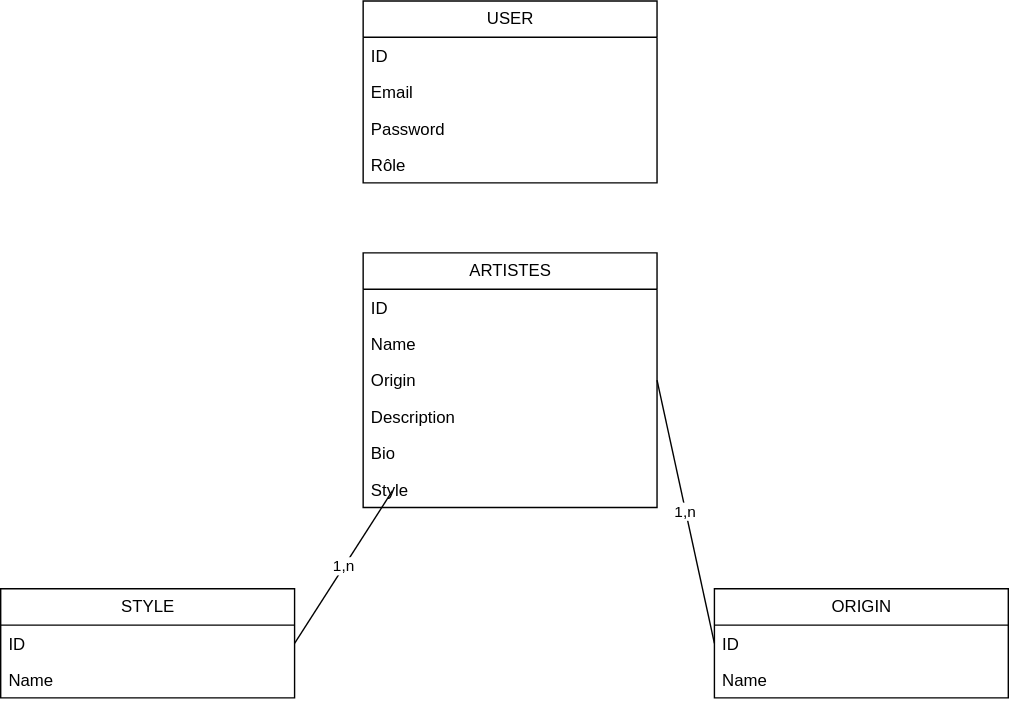
Earlier version of the draw.io export code/merise /MCD.drawio.svg (Domitch/souk-sonore-festival). Source tidied: cells renumbered, new cells last; positions are measured from the earlier drawing's top-left corner, leaving out a move shared by most shapes. The source it was exported from:
```xml
<mxGraphModel>
  <root>
    <mxCell id="0" />
    <mxCell id="1" parent="0" />
    <mxCell id="2" value="USER" style="swimlane;fontStyle=0;horizontal=1;startSize=26;fillColor=none;html=1;" parent="1" vertex="1">
      <mxGeometry x="259" width="210" height="130" as="geometry" />
    </mxCell>
    <mxCell id="3" value="ID" style="text;strokeColor=none;fillColor=none;align=left;verticalAlign=top;spacingLeft=4;spacingRight=4;overflow=hidden;whiteSpace=wrap;html=1;" parent="2" vertex="1">
      <mxGeometry y="26" width="210" height="26" as="geometry" />
    </mxCell>
    <mxCell id="4" value="Email&lt;span style=&quot;white-space: pre;&quot;&gt;&#9;&lt;/span&gt;" style="text;strokeColor=none;fillColor=none;align=left;verticalAlign=top;spacingLeft=4;spacingRight=4;overflow=hidden;whiteSpace=wrap;html=1;" parent="2" vertex="1">
      <mxGeometry y="52" width="210" height="26" as="geometry" />
    </mxCell>
    <mxCell id="5" value="Password" style="text;strokeColor=none;fillColor=none;align=left;verticalAlign=top;spacingLeft=4;spacingRight=4;overflow=hidden;whiteSpace=wrap;html=1;" parent="2" vertex="1">
      <mxGeometry y="78" width="210" height="26" as="geometry" />
    </mxCell>
    <mxCell id="6" value="Rôle" style="text;strokeColor=none;fillColor=none;align=left;verticalAlign=top;spacingLeft=4;spacingRight=4;overflow=hidden;whiteSpace=wrap;html=1;" parent="2" vertex="1">
      <mxGeometry y="104" width="210" height="26" as="geometry" />
    </mxCell>
    <mxCell id="7" value="ARTISTES" style="swimlane;fontStyle=0;horizontal=1;startSize=26;fillColor=none;html=1;" parent="1" vertex="1">
      <mxGeometry x="259" y="180" width="210" height="182" as="geometry" />
    </mxCell>
    <mxCell id="8" value="ID" style="text;strokeColor=none;fillColor=none;align=left;verticalAlign=top;spacingLeft=4;spacingRight=4;overflow=hidden;whiteSpace=wrap;html=1;" parent="7" vertex="1">
      <mxGeometry y="26" width="210" height="26" as="geometry" />
    </mxCell>
    <mxCell id="9" value="Name" style="text;strokeColor=none;fillColor=none;align=left;verticalAlign=top;spacingLeft=4;spacingRight=4;overflow=hidden;whiteSpace=wrap;html=1;" parent="7" vertex="1">
      <mxGeometry y="52" width="210" height="26" as="geometry" />
    </mxCell>
    <mxCell id="10" value="Origin" style="text;strokeColor=none;fillColor=none;align=left;verticalAlign=top;spacingLeft=4;spacingRight=4;overflow=hidden;points=[[0,0.5],[1,0.5]];portConstraint=eastwest;whiteSpace=wrap;html=1;" parent="7" vertex="1">
      <mxGeometry y="78" width="210" height="26" as="geometry" />
    </mxCell>
    <mxCell id="11" value="Description" style="text;strokeColor=none;fillColor=none;align=left;verticalAlign=top;spacingLeft=4;spacingRight=4;overflow=hidden;whiteSpace=wrap;html=1;" parent="7" vertex="1">
      <mxGeometry y="104" width="210" height="26" as="geometry" />
    </mxCell>
    <mxCell id="12" value="Bio" style="text;strokeColor=none;fillColor=none;align=left;verticalAlign=top;spacingLeft=4;spacingRight=4;overflow=hidden;whiteSpace=wrap;html=1;" parent="7" vertex="1">
      <mxGeometry y="130" width="210" height="26" as="geometry" />
    </mxCell>
    <mxCell id="13" value="Style" style="text;strokeColor=none;fillColor=none;align=left;verticalAlign=top;spacingLeft=4;spacingRight=4;overflow=hidden;whiteSpace=wrap;html=1;" parent="7" vertex="1">
      <mxGeometry y="156" width="210" height="26" as="geometry" />
    </mxCell>
    <mxCell id="14" value="STYLE" style="swimlane;fontStyle=0;horizontal=1;startSize=26;fillColor=none;html=1;" parent="1" vertex="1">
      <mxGeometry y="420" width="210" height="78" as="geometry" />
    </mxCell>
    <mxCell id="15" value="ID" style="text;strokeColor=none;fillColor=none;align=left;verticalAlign=top;spacingLeft=4;spacingRight=4;overflow=hidden;points=[[0,0.5],[1,0.5]];portConstraint=eastwest;whiteSpace=wrap;html=1;" parent="14" vertex="1">
      <mxGeometry y="26" width="210" height="26" as="geometry" />
    </mxCell>
    <mxCell id="16" value="Name" style="text;strokeColor=none;fillColor=none;align=left;verticalAlign=top;spacingLeft=4;spacingRight=4;overflow=hidden;whiteSpace=wrap;html=1;" parent="14" vertex="1">
      <mxGeometry y="52" width="210" height="26" as="geometry" />
    </mxCell>
    <mxCell id="17" value="ORIGIN" style="swimlane;fontStyle=0;horizontal=1;startSize=26;fillColor=none;html=1;" parent="1" vertex="1">
      <mxGeometry x="510" y="420" width="210" height="78" as="geometry" />
    </mxCell>
    <mxCell id="18" value="ID" style="text;strokeColor=none;fillColor=none;align=left;verticalAlign=top;spacingLeft=4;spacingRight=4;overflow=hidden;points=[[0,0.5],[1,0.5]];portConstraint=eastwest;whiteSpace=wrap;html=1;" parent="17" vertex="1">
      <mxGeometry y="26" width="210" height="26" as="geometry" />
    </mxCell>
    <mxCell id="19" value="Name" style="text;strokeColor=none;fillColor=none;align=left;verticalAlign=top;spacingLeft=4;spacingRight=4;overflow=hidden;whiteSpace=wrap;html=1;" parent="17" vertex="1">
      <mxGeometry y="52" width="210" height="26" as="geometry" />
    </mxCell>
    <mxCell id="20" value="1,n" style="endArrow=none;html=1;rounded=0;exitX=1;exitY=0.5;exitDx=0;exitDy=0;" parent="1" edge="1" source="15">
      <mxGeometry relative="1" as="geometry">
        <mxPoint x="280" y="350" as="targetPoint" />
      </mxGeometry>
    </mxCell>
    <mxCell id="21" value="1,n" style="endArrow=none;html=1;rounded=0;exitX=0;exitY=0.5;exitDx=0;exitDy=0;entryX=1;entryY=0.5;entryDx=0;entryDy=0;" parent="1" edge="1" source="18" target="10">
      <mxGeometry relative="1" as="geometry" />
    </mxCell>
  </root>
</mxGraphModel>
```
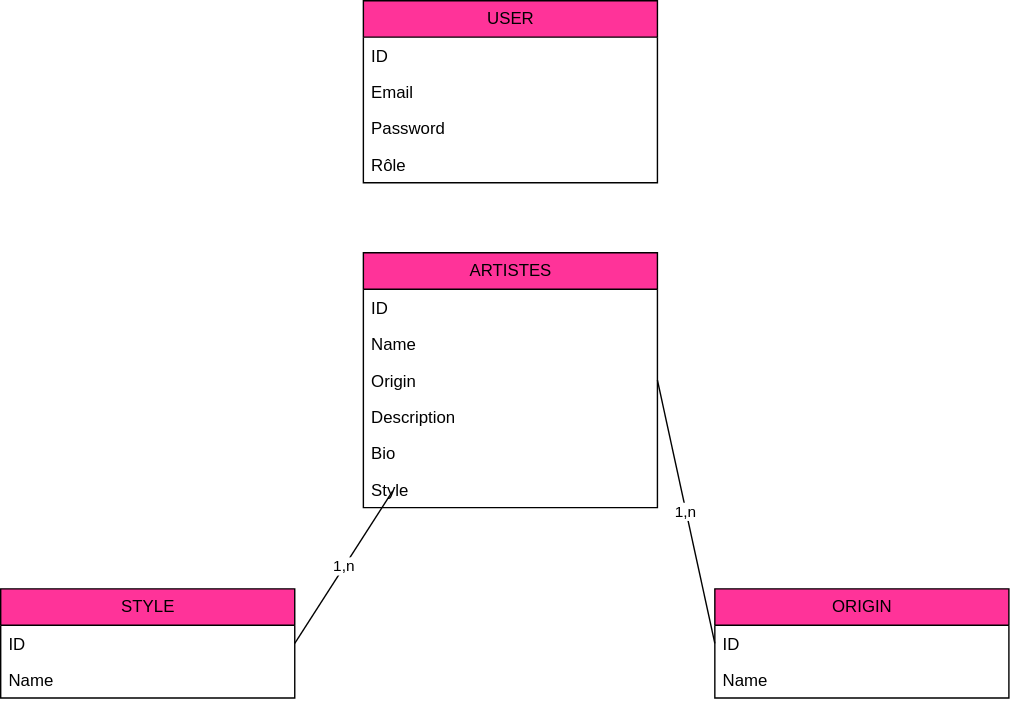
Above is the later version.

Change to the diagram source:
```diff
@@ -2,7 +2,7 @@
   <root>
     <mxCell id="0" />
     <mxCell id="1" parent="0" />
-    <mxCell id="2" value="USER" style="swimlane;fontStyle=0;horizontal=1;startSize=26;fillColor=none;html=1;" parent="1" vertex="1">
+    <mxCell id="2" value="USER" style="swimlane;fontStyle=0;horizontal=1;startSize=26;fillColor=#FF3399;html=1;" parent="1" vertex="1">
       <mxGeometry x="259" width="210" height="130" as="geometry" />
     </mxCell>
     <mxCell id="3" value="ID" style="text;strokeColor=none;fillColor=none;align=left;verticalAlign=top;spacingLeft=4;spacingRight=4;overflow=hidden;whiteSpace=wrap;html=1;" parent="2" vertex="1">
@@ -17,7 +17,7 @@
     <mxCell id="6" value="Rôle" style="text;strokeColor=none;fillColor=none;align=left;verticalAlign=top;spacingLeft=4;spacingRight=4;overflow=hidden;whiteSpace=wrap;html=1;" parent="2" vertex="1">
       <mxGeometry y="104" width="210" height="26" as="geometry" />
     </mxCell>
-    <mxCell id="7" value="ARTISTES" style="swimlane;fontStyle=0;horizontal=1;startSize=26;fillColor=none;html=1;" parent="1" vertex="1">
+    <mxCell id="7" value="ARTISTES" style="swimlane;fontStyle=0;horizontal=1;startSize=26;fillColor=#FF3399;html=1;" parent="1" vertex="1">
       <mxGeometry x="259" y="180" width="210" height="182" as="geometry" />
     </mxCell>
     <mxCell id="8" value="ID" style="text;strokeColor=none;fillColor=none;align=left;verticalAlign=top;spacingLeft=4;spacingRight=4;overflow=hidden;whiteSpace=wrap;html=1;" parent="7" vertex="1">
@@ -38,7 +38,7 @@
     <mxCell id="13" value="Style" style="text;strokeColor=none;fillColor=none;align=left;verticalAlign=top;spacingLeft=4;spacingRight=4;overflow=hidden;whiteSpace=wrap;html=1;" parent="7" vertex="1">
       <mxGeometry y="156" width="210" height="26" as="geometry" />
     </mxCell>
-    <mxCell id="14" value="STYLE" style="swimlane;fontStyle=0;horizontal=1;startSize=26;fillColor=none;html=1;" parent="1" vertex="1">
+    <mxCell id="14" value="STYLE" style="swimlane;fontStyle=0;horizontal=1;startSize=26;fillColor=#FF3399;html=1;" parent="1" vertex="1">
       <mxGeometry y="420" width="210" height="78" as="geometry" />
     </mxCell>
     <mxCell id="15" value="ID" style="text;strokeColor=none;fillColor=none;align=left;verticalAlign=top;spacingLeft=4;spacingRight=4;overflow=hidden;points=[[0,0.5],[1,0.5]];portConstraint=eastwest;whiteSpace=wrap;html=1;" parent="14" vertex="1">
@@ -47,7 +47,7 @@
     <mxCell id="16" value="Name" style="text;strokeColor=none;fillColor=none;align=left;verticalAlign=top;spacingLeft=4;spacingRight=4;overflow=hidden;whiteSpace=wrap;html=1;" parent="14" vertex="1">
       <mxGeometry y="52" width="210" height="26" as="geometry" />
     </mxCell>
-    <mxCell id="17" value="ORIGIN" style="swimlane;fontStyle=0;horizontal=1;startSize=26;fillColor=none;html=1;" parent="1" vertex="1">
+    <mxCell id="17" value="ORIGIN" style="swimlane;fontStyle=0;horizontal=1;startSize=26;fillColor=#FF3399;html=1;" parent="1" vertex="1">
       <mxGeometry x="510" y="420" width="210" height="78" as="geometry" />
     </mxCell>
     <mxCell id="18" value="ID" style="text;strokeColor=none;fillColor=none;align=left;verticalAlign=top;spacingLeft=4;spacingRight=4;overflow=hidden;points=[[0,0.5],[1,0.5]];portConstraint=eastwest;whiteSpace=wrap;html=1;" parent="17" vertex="1">
```
